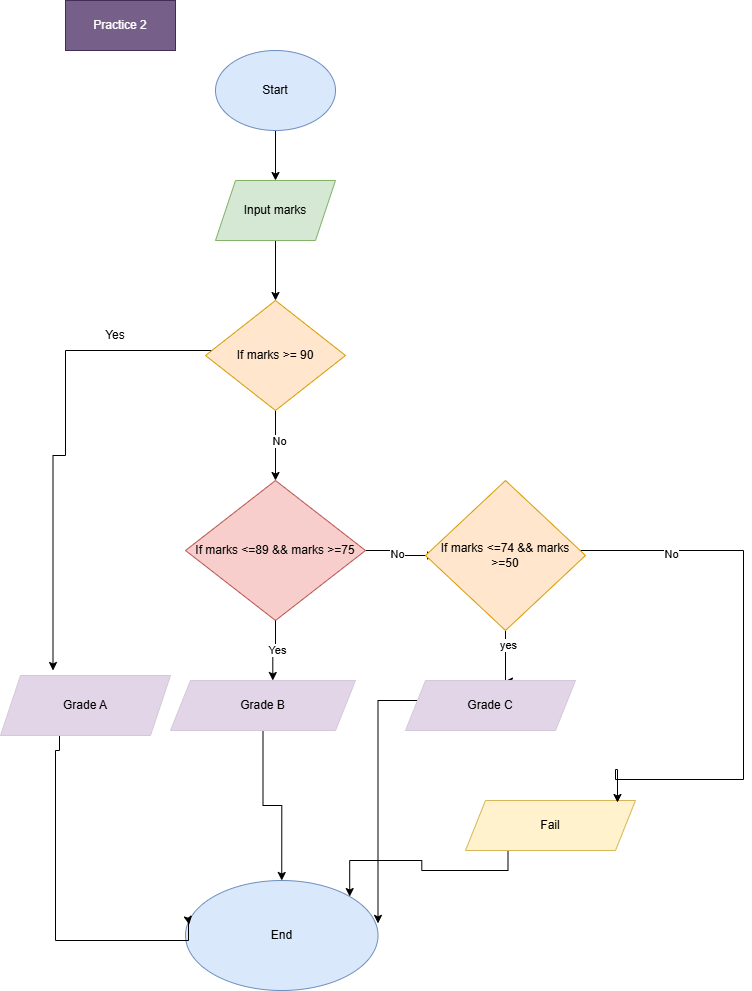
Halamohamed/flowcharts keeps this draw.io diagram as images/Practice 2.png. Above is the earlier version. Source tidied: cells renumbered, new cells last; positions are measured from the earlier drawing's top-left corner, leaving out a move shared by most shapes. The source it was exported from:
```xml
<mxGraphModel>
  <root>
    <mxCell id="0" />
    <mxCell id="1" parent="0" />
    <mxCell id="2" style="edgeStyle=orthogonalEdgeStyle;rounded=0;jettySize=auto;html=1;entryX=0.5;entryY=0;entryDx=0;entryDy=0;" parent="1" edge="1" source="3" target="6">
      <mxGeometry relative="1" as="geometry" />
    </mxCell>
    <mxCell id="3" value="Start" style="ellipse;whiteSpace=wrap;html=1;fillColor=#dae8fc;strokeColor=#6c8ebf;" parent="1" vertex="1">
      <mxGeometry x="215" y="50" width="120" height="80" as="geometry" />
    </mxCell>
    <mxCell id="4" value="End" style="ellipse;whiteSpace=wrap;html=1;fillColor=#dae8fc;strokeColor=#6c8ebf;" parent="1" vertex="1">
      <mxGeometry x="185" y="880" width="192.5" height="110" as="geometry" />
    </mxCell>
    <mxCell id="5" style="edgeStyle=orthogonalEdgeStyle;rounded=0;jettySize=auto;html=1;entryX=0.5;entryY=0;entryDx=0;entryDy=0;" parent="1" edge="1" source="6" target="10">
      <mxGeometry relative="1" as="geometry" />
    </mxCell>
    <mxCell id="6" value="Input marks" style="shape=parallelogram;perimeter=parallelogramPerimeter;whiteSpace=wrap;html=1;fixedSize=1;fillColor=#d5e8d4;strokeColor=#82b366;" parent="1" vertex="1">
      <mxGeometry x="215" y="180" width="120" height="60" as="geometry" />
    </mxCell>
    <mxCell id="7" style="edgeStyle=orthogonalEdgeStyle;rounded=0;orthogonalLoop=1;jettySize=auto;html=1;entryX=0.25;entryY=0;entryDx=0;entryDy=0;" parent="1" edge="1">
      <mxGeometry relative="1" as="geometry">
        <mxPoint x="215" y="350" as="sourcePoint" />
        <mxPoint x="52.5" y="670" as="targetPoint" />
        <Array as="points">
          <mxPoint x="65" y="350" />
          <mxPoint x="65" y="455" />
        </Array>
      </mxGeometry>
    </mxCell>
    <mxCell id="8" style="edgeStyle=orthogonalEdgeStyle;rounded=0;jettySize=auto;html=1;entryX=0.5;entryY=0;entryDx=0;entryDy=0;" parent="1" edge="1" source="10" target="19">
      <mxGeometry relative="1" as="geometry" />
    </mxCell>
    <mxCell id="9" value="No" style="edgeLabel;html=1;align=center;verticalAlign=middle;" parent="8" vertex="1">
      <mxGeometry x="-0.15" y="3" relative="1" as="geometry" />
    </mxCell>
    <mxCell id="10" value="If marks &amp;gt;= 90" style="rhombus;whiteSpace=wrap;html=1;fillColor=#ffe6cc;strokeColor=#d79b00;" parent="1" vertex="1">
      <mxGeometry x="205" y="300" width="140" height="110" as="geometry" />
    </mxCell>
    <mxCell id="11" style="edgeStyle=orthogonalEdgeStyle;rounded=0;jettySize=auto;html=1;entryX=0.019;entryY=0.4;entryDx=0;entryDy=0;entryPerimeter=0;exitX=0.347;exitY=0.967;exitDx=0;exitDy=0;exitPerimeter=0;" parent="1" edge="1" source="16" target="4">
      <mxGeometry relative="1" as="geometry">
        <Array as="points">
          <mxPoint x="59" y="750" />
          <mxPoint x="55" y="750" />
          <mxPoint x="55" y="940" />
          <mxPoint x="188" y="940" />
          <mxPoint x="188" y="920" />
        </Array>
      </mxGeometry>
    </mxCell>
    <mxCell id="12" style="edgeStyle=orthogonalEdgeStyle;rounded=0;jettySize=auto;html=1;exitX=0.25;exitY=1;exitDx=0;exitDy=0;entryX=1;entryY=0;entryDx=0;entryDy=0;" parent="1" edge="1" source="13" target="4">
      <mxGeometry relative="1" as="geometry" />
    </mxCell>
    <mxCell id="13" value="Fail" style="shape=parallelogram;perimeter=parallelogramPerimeter;whiteSpace=wrap;html=1;fixedSize=1;fillColor=#fff2cc;strokeColor=#d6b656;" parent="1" vertex="1">
      <mxGeometry x="465" y="800" width="170" height="50" as="geometry" />
    </mxCell>
    <mxCell id="14" value="Yes" style="text;html=1;whiteSpace=wrap;strokeColor=none;fillColor=none;align=center;verticalAlign=middle;rounded=0;" parent="1" vertex="1">
      <mxGeometry x="85" y="320" width="60" height="30" as="geometry" />
    </mxCell>
    <mxCell id="15" value="Practice 2" style="text;html=1;whiteSpace=wrap;strokeColor=#432D57;fillColor=#76608a;align=center;verticalAlign=middle;rounded=0;fontColor=#ffffff;" parent="1" vertex="1">
      <mxGeometry x="65" width="110" height="50" as="geometry" />
    </mxCell>
    <mxCell id="16" value="Grade A" style="shape=parallelogram;perimeter=parallelogramPerimeter;whiteSpace=wrap;html=1;fixedSize=1;fillColor=#e1d5e7;strokeColor=light-dark(#d4c9d9, #9577a3);" parent="1" vertex="1">
      <mxGeometry y="675" width="170" height="60" as="geometry" />
    </mxCell>
    <mxCell id="17" style="edgeStyle=orthogonalEdgeStyle;rounded=0;jettySize=auto;html=1;" parent="1" edge="1" source="19">
      <mxGeometry relative="1" as="geometry">
        <mxPoint x="435" y="555" as="targetPoint" />
      </mxGeometry>
    </mxCell>
    <mxCell id="18" value="No" style="edgeLabel;html=1;align=center;verticalAlign=middle;" parent="17" vertex="1">
      <mxGeometry x="0.02" y="-4" relative="1" as="geometry" />
    </mxCell>
    <mxCell id="19" value="If marks &amp;lt;=89 &amp;amp;&amp;amp; marks &amp;gt;=75" style="rhombus;whiteSpace=wrap;html=1;fillColor=#f8cecc;strokeColor=#b85450;" parent="1" vertex="1">
      <mxGeometry x="185" y="480" width="180" height="140" as="geometry" />
    </mxCell>
    <mxCell id="20" style="edgeStyle=orthogonalEdgeStyle;rounded=0;jettySize=auto;html=1;entryX=0.5;entryY=0;entryDx=0;entryDy=0;" parent="1" edge="1" source="21" target="4">
      <mxGeometry relative="1" as="geometry" />
    </mxCell>
    <mxCell id="21" value="Grade B" style="shape=parallelogram;perimeter=parallelogramPerimeter;whiteSpace=wrap;html=1;fixedSize=1;fillColor=#e1d5e7;strokeColor=light-dark(#d4c9d9, #9577a3);" parent="1" vertex="1">
      <mxGeometry x="170" y="680" width="185" height="50" as="geometry" />
    </mxCell>
    <mxCell id="22" style="edgeStyle=orthogonalEdgeStyle;rounded=0;jettySize=auto;html=1;entryX=0.582;entryY=0.02;entryDx=0;entryDy=0;entryPerimeter=0;" parent="1" edge="1" source="26" target="28">
      <mxGeometry relative="1" as="geometry">
        <Array as="points">
          <mxPoint x="505" y="681" />
        </Array>
      </mxGeometry>
    </mxCell>
    <mxCell id="23" value="yes" style="edgeLabel;html=1;align=center;verticalAlign=middle;" parent="22" vertex="1">
      <mxGeometry x="-0.47" y="2" relative="1" as="geometry" />
    </mxCell>
    <mxCell id="24" style="edgeStyle=orthogonalEdgeStyle;rounded=0;jettySize=auto;html=1;entryX=0.894;entryY=0.04;entryDx=0;entryDy=0;entryPerimeter=0;" parent="1" edge="1" target="13">
      <mxGeometry relative="1" as="geometry">
        <mxPoint x="565" y="550" as="sourcePoint" />
        <Array as="points">
          <mxPoint x="743" y="550" />
          <mxPoint x="743" y="779" />
          <mxPoint x="615" y="779" />
          <mxPoint x="615" y="769" />
          <mxPoint x="617" y="769" />
        </Array>
      </mxGeometry>
    </mxCell>
    <mxCell id="25" value="No" style="edgeLabel;html=1;align=center;verticalAlign=middle;" parent="24" vertex="1">
      <mxGeometry x="-0.63" y="-3" relative="1" as="geometry" />
    </mxCell>
    <mxCell id="26" value="If marks &amp;lt;=74 &amp;amp;&amp;amp; marks &amp;gt;=50" style="rhombus;whiteSpace=wrap;html=1;fillColor=#ffe6cc;strokeColor=#d79b00;" parent="1" vertex="1">
      <mxGeometry x="425" y="480" width="160" height="150" as="geometry" />
    </mxCell>
    <mxCell id="27" style="edgeStyle=orthogonalEdgeStyle;rounded=0;orthogonalLoop=1;jettySize=auto;html=1;exitX=0.147;exitY=1.06;exitDx=0;exitDy=0;exitPerimeter=0;entryX=0.978;entryY=0.69;entryDx=0;entryDy=0;entryPerimeter=0;" parent="1" edge="1">
      <mxGeometry relative="1" as="geometry">
        <mxPoint x="434.2" y="700" as="sourcePoint" />
        <mxPoint x="377.5" y="922.9" as="targetPoint" />
      </mxGeometry>
    </mxCell>
    <mxCell id="28" value="Grade C" style="shape=parallelogram;perimeter=parallelogramPerimeter;whiteSpace=wrap;html=1;fixedSize=1;fillColor=#e1d5e7;strokeColor=light-dark(#d4c9d9, #9577a3);" parent="1" vertex="1">
      <mxGeometry x="405" y="680" width="170" height="50" as="geometry" />
    </mxCell>
    <mxCell id="29" style="edgeStyle=orthogonalEdgeStyle;rounded=0;jettySize=auto;html=1;entryX=0.553;entryY=0;entryDx=0;entryDy=0;entryPerimeter=0;" parent="1" edge="1" source="19" target="21">
      <mxGeometry relative="1" as="geometry" />
    </mxCell>
    <mxCell id="30" value="Yes" style="edgeLabel;html=1;align=center;verticalAlign=middle;" parent="29" vertex="1">
      <mxGeometry x="-0.07" y="1" relative="1" as="geometry" />
    </mxCell>
  </root>
</mxGraphModel>
```
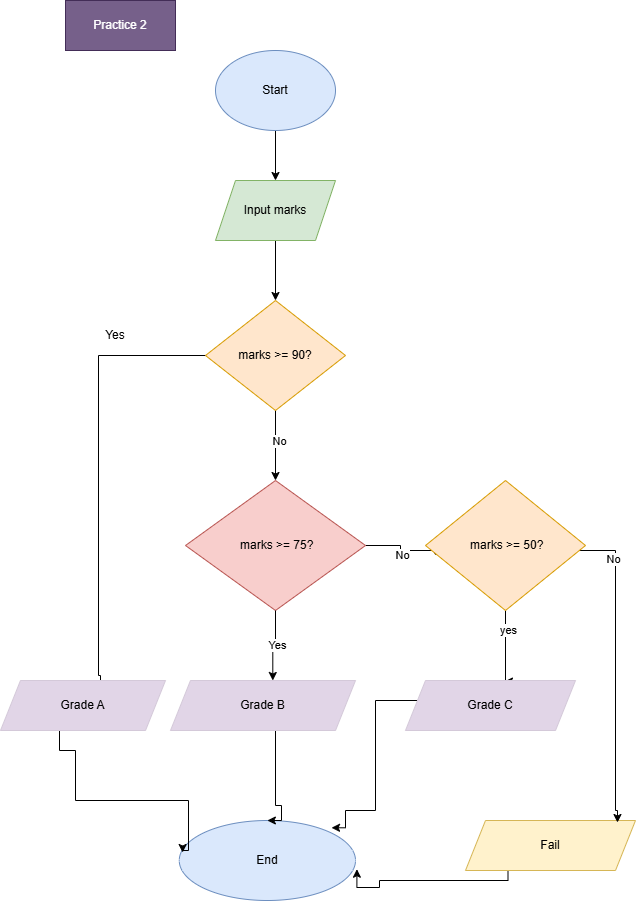
After the commit.

Change to the diagram source:
```diff
@@ -9,7 +9,7 @@
       <mxGeometry x="215" y="50" width="120" height="80" as="geometry" />
     </mxCell>
     <mxCell id="4" value="End" style="ellipse;whiteSpace=wrap;html=1;fillColor=#dae8fc;strokeColor=#6c8ebf;" parent="1" vertex="1">
-      <mxGeometry x="185" y="880" width="192.5" height="110" as="geometry" />
+      <mxGeometry x="178.8" y="820" width="176.2" height="80" as="geometry" />
     </mxCell>
     <mxCell id="5" style="edgeStyle=orthogonalEdgeStyle;rounded=0;jettySize=auto;html=1;entryX=0.5;entryY=0;entryDx=0;entryDy=0;" parent="1" edge="1" source="6" target="10">
       <mxGeometry relative="1" as="geometry" />
@@ -17,13 +17,13 @@
     <mxCell id="6" value="Input marks" style="shape=parallelogram;perimeter=parallelogramPerimeter;whiteSpace=wrap;html=1;fixedSize=1;fillColor=#d5e8d4;strokeColor=#82b366;" parent="1" vertex="1">
       <mxGeometry x="215" y="180" width="120" height="60" as="geometry" />
     </mxCell>
-    <mxCell id="7" style="edgeStyle=orthogonalEdgeStyle;rounded=0;orthogonalLoop=1;jettySize=auto;html=1;entryX=0.25;entryY=0;entryDx=0;entryDy=0;" parent="1" edge="1">
+    <mxCell id="7" style="edgeStyle=orthogonalEdgeStyle;rounded=0;jettySize=auto;html=1;entryX=0.588;entryY=0.133;entryDx=0;entryDy=0;entryPerimeter=0;" parent="1" edge="1" target="16">
       <mxGeometry relative="1" as="geometry">
-        <mxPoint x="215" y="350" as="sourcePoint" />
-        <mxPoint x="52.5" y="670" as="targetPoint" />
+        <mxPoint x="227.5" y="355" as="sourcePoint" />
         <Array as="points">
-          <mxPoint x="65" y="350" />
-          <mxPoint x="65" y="455" />
+          <mxPoint x="98" y="355" />
+          <mxPoint x="98" y="675" />
+          <mxPoint x="100" y="675" />
         </Array>
       </mxGeometry>
     </mxCell>
@@ -33,25 +33,32 @@
     <mxCell id="9" value="No" style="edgeLabel;html=1;align=center;verticalAlign=middle;" parent="8" vertex="1">
       <mxGeometry x="-0.15" y="3" relative="1" as="geometry" />
     </mxCell>
-    <mxCell id="10" value="If marks &amp;gt;= 90" style="rhombus;whiteSpace=wrap;html=1;fillColor=#ffe6cc;strokeColor=#d79b00;" parent="1" vertex="1">
+    <mxCell id="10" value="marks &amp;gt;= 90?" style="rhombus;whiteSpace=wrap;html=1;fillColor=#ffe6cc;strokeColor=#d79b00;" parent="1" vertex="1">
       <mxGeometry x="205" y="300" width="140" height="110" as="geometry" />
     </mxCell>
     <mxCell id="11" style="edgeStyle=orthogonalEdgeStyle;rounded=0;jettySize=auto;html=1;entryX=0.019;entryY=0.4;entryDx=0;entryDy=0;entryPerimeter=0;exitX=0.347;exitY=0.967;exitDx=0;exitDy=0;exitPerimeter=0;" parent="1" edge="1" source="16" target="4">
       <mxGeometry relative="1" as="geometry">
         <Array as="points">
           <mxPoint x="59" y="750" />
-          <mxPoint x="55" y="750" />
-          <mxPoint x="55" y="940" />
-          <mxPoint x="188" y="940" />
-          <mxPoint x="188" y="920" />
+          <mxPoint x="75" y="750" />
+          <mxPoint x="75" y="800" />
+          <mxPoint x="188" y="800" />
+          <mxPoint x="188" y="850" />
+          <mxPoint x="182" y="850" />
         </Array>
       </mxGeometry>
     </mxCell>
-    <mxCell id="12" style="edgeStyle=orthogonalEdgeStyle;rounded=0;jettySize=auto;html=1;exitX=0.25;exitY=1;exitDx=0;exitDy=0;entryX=1;entryY=0;entryDx=0;entryDy=0;" parent="1" edge="1" source="13" target="4">
-      <mxGeometry relative="1" as="geometry" />
+    <mxCell id="12" style="edgeStyle=orthogonalEdgeStyle;rounded=0;jettySize=auto;html=1;exitX=0.25;exitY=1;exitDx=0;exitDy=0;entryX=1.008;entryY=0.609;entryDx=0;entryDy=0;entryPerimeter=0;" parent="1" edge="1" source="13" target="4">
+      <mxGeometry relative="1" as="geometry">
+        <Array as="points">
+          <mxPoint x="508" y="880" />
+          <mxPoint x="379" y="880" />
+          <mxPoint x="379" y="887" />
+        </Array>
+      </mxGeometry>
     </mxCell>
     <mxCell id="13" value="Fail" style="shape=parallelogram;perimeter=parallelogramPerimeter;whiteSpace=wrap;html=1;fixedSize=1;fillColor=#fff2cc;strokeColor=#d6b656;" parent="1" vertex="1">
-      <mxGeometry x="465" y="800" width="170" height="50" as="geometry" />
+      <mxGeometry x="465" y="820" width="170" height="50" as="geometry" />
     </mxCell>
     <mxCell id="14" value="Yes" style="text;html=1;whiteSpace=wrap;strokeColor=none;fillColor=none;align=center;verticalAlign=middle;rounded=0;" parent="1" vertex="1">
       <mxGeometry x="85" y="320" width="60" height="30" as="geometry" />
@@ -60,21 +67,31 @@
       <mxGeometry x="65" width="110" height="50" as="geometry" />
     </mxCell>
     <mxCell id="16" value="Grade A" style="shape=parallelogram;perimeter=parallelogramPerimeter;whiteSpace=wrap;html=1;fixedSize=1;fillColor=#e1d5e7;strokeColor=light-dark(#d4c9d9, #9577a3);" parent="1" vertex="1">
-      <mxGeometry y="675" width="170" height="60" as="geometry" />
+      <mxGeometry y="680" width="165" height="50" as="geometry" />
     </mxCell>
     <mxCell id="17" style="edgeStyle=orthogonalEdgeStyle;rounded=0;jettySize=auto;html=1;" parent="1" edge="1" source="19">
       <mxGeometry relative="1" as="geometry">
         <mxPoint x="435" y="555" as="targetPoint" />
+        <Array as="points">
+          <mxPoint x="400" y="545" />
+          <mxPoint x="400" y="550" />
+          <mxPoint x="435" y="550" />
+        </Array>
       </mxGeometry>
     </mxCell>
     <mxCell id="18" value="No" style="edgeLabel;html=1;align=center;verticalAlign=middle;" parent="17" vertex="1">
       <mxGeometry x="0.02" y="-4" relative="1" as="geometry" />
     </mxCell>
-    <mxCell id="19" value="If marks &amp;lt;=89 &amp;amp;&amp;amp; marks &amp;gt;=75" style="rhombus;whiteSpace=wrap;html=1;fillColor=#f8cecc;strokeColor=#b85450;" parent="1" vertex="1">
-      <mxGeometry x="185" y="480" width="180" height="140" as="geometry" />
+    <mxCell id="19" value="&amp;nbsp;marks &amp;gt;= 75?" style="rhombus;whiteSpace=wrap;html=1;fillColor=#f8cecc;strokeColor=#b85450;" parent="1" vertex="1">
+      <mxGeometry x="185" y="480" width="180" height="130" as="geometry" />
     </mxCell>
     <mxCell id="20" style="edgeStyle=orthogonalEdgeStyle;rounded=0;jettySize=auto;html=1;entryX=0.5;entryY=0;entryDx=0;entryDy=0;" parent="1" edge="1" source="21" target="4">
-      <mxGeometry relative="1" as="geometry" />
+      <mxGeometry relative="1" as="geometry">
+        <Array as="points">
+          <mxPoint x="275" y="805" />
+          <mxPoint x="281" y="805" />
+        </Array>
+      </mxGeometry>
     </mxCell>
     <mxCell id="21" value="Grade B" style="shape=parallelogram;perimeter=parallelogramPerimeter;whiteSpace=wrap;html=1;fixedSize=1;fillColor=#e1d5e7;strokeColor=light-dark(#d4c9d9, #9577a3);" parent="1" vertex="1">
       <mxGeometry x="170" y="680" width="185" height="50" as="geometry" />
@@ -93,24 +110,26 @@
       <mxGeometry relative="1" as="geometry">
         <mxPoint x="565" y="550" as="sourcePoint" />
         <Array as="points">
-          <mxPoint x="743" y="550" />
-          <mxPoint x="743" y="779" />
-          <mxPoint x="615" y="779" />
-          <mxPoint x="615" y="769" />
-          <mxPoint x="617" y="769" />
+          <mxPoint x="615" y="550" />
+          <mxPoint x="615" y="810" />
+          <mxPoint x="617" y="810" />
         </Array>
       </mxGeometry>
     </mxCell>
     <mxCell id="25" value="No" style="edgeLabel;html=1;align=center;verticalAlign=middle;" parent="24" vertex="1">
       <mxGeometry x="-0.63" y="-3" relative="1" as="geometry" />
     </mxCell>
-    <mxCell id="26" value="If marks &amp;lt;=74 &amp;amp;&amp;amp; marks &amp;gt;=50" style="rhombus;whiteSpace=wrap;html=1;fillColor=#ffe6cc;strokeColor=#d79b00;" parent="1" vertex="1">
-      <mxGeometry x="425" y="480" width="160" height="150" as="geometry" />
+    <mxCell id="26" value="&amp;nbsp;marks &amp;gt;= 50?" style="rhombus;whiteSpace=wrap;html=1;fillColor=#ffe6cc;strokeColor=#d79b00;" parent="1" vertex="1">
+      <mxGeometry x="425" y="480" width="160" height="130" as="geometry" />
     </mxCell>
-    <mxCell id="27" style="edgeStyle=orthogonalEdgeStyle;rounded=0;orthogonalLoop=1;jettySize=auto;html=1;exitX=0.147;exitY=1.06;exitDx=0;exitDy=0;exitPerimeter=0;entryX=0.978;entryY=0.69;entryDx=0;entryDy=0;entryPerimeter=0;" parent="1" edge="1">
+    <mxCell id="27" style="edgeStyle=orthogonalEdgeStyle;rounded=0;jettySize=auto;html=1;exitX=0.147;exitY=1.06;exitDx=0;exitDy=0;exitPerimeter=0;entryX=0.864;entryY=0.091;entryDx=0;entryDy=0;entryPerimeter=0;" parent="1" edge="1" target="4">
       <mxGeometry relative="1" as="geometry">
         <mxPoint x="434.2" y="700" as="sourcePoint" />
-        <mxPoint x="377.5" y="922.9" as="targetPoint" />
+        <Array as="points">
+          <mxPoint x="375" y="700" />
+          <mxPoint x="375" y="810" />
+          <mxPoint x="345" y="810" />
+        </Array>
       </mxGeometry>
     </mxCell>
     <mxCell id="28" value="Grade C" style="shape=parallelogram;perimeter=parallelogramPerimeter;whiteSpace=wrap;html=1;fixedSize=1;fillColor=#e1d5e7;strokeColor=light-dark(#d4c9d9, #9577a3);" parent="1" vertex="1">
```
